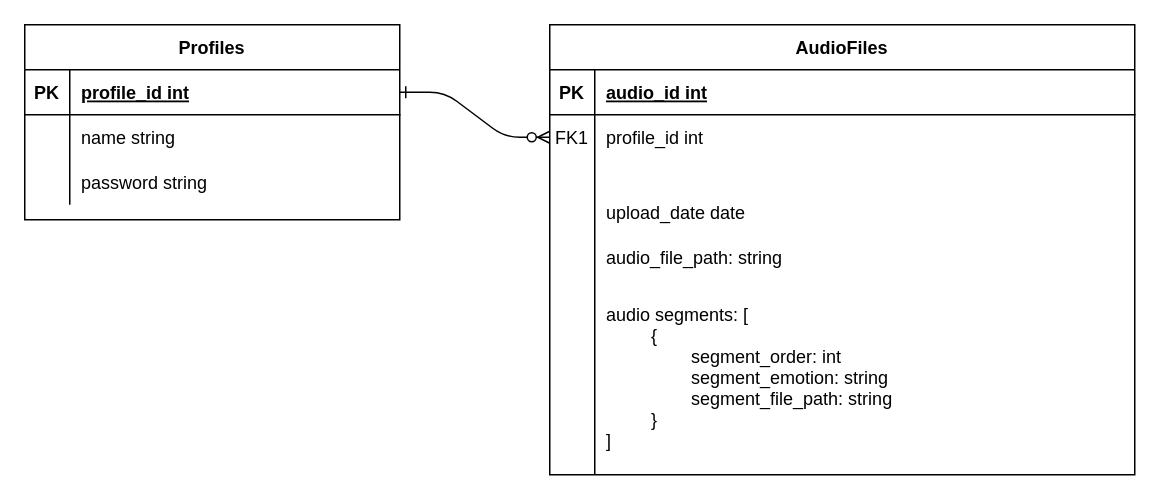
Above: MongoDB Entities.drawio in Defaultse/SERS (draw.io), before the change. Source tidied: cells renumbered, new cells numbered last; positions are measured from the earlier drawing's top-left corner, leaving out a move shared by most shapes. Both pictures are drawn from the tidied source at 150%, with x=0, y=0 at pixel (24, 24).
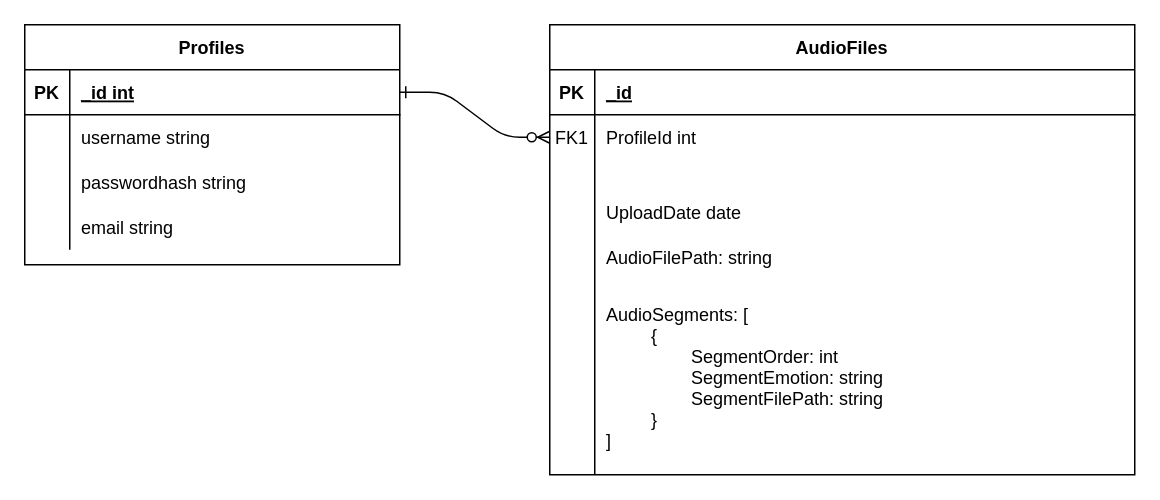
The same page after the edit.

Unchanged cells that the change refers to:
```xml
<mxCell id="4" style="shape=partialRectangle;fillColor=none;top=0;left=0;right=0;bottom=1;" parent="3" vertex="1">
  <mxGeometry y="30" width="390" height="30" as="geometry" />
</mxCell>
<mxCell id="7" style="shape=partialRectangle;fillColor=none;points=[[0,0.5],[1,0.5]];portConstraint=eastwest;top=0;left=0;right=0;bottom=0;" parent="3" vertex="1">
  <mxGeometry y="60" width="390" height="30" as="geometry" />
</mxCell>
<mxCell id="13" style="shape=partialRectangle;fillColor=none;top=0;left=0;right=0;bottom=0;" parent="3" vertex="1">
  <mxGeometry y="110" width="390" height="30" as="geometry" />
</mxCell>
<mxCell id="16" style="shape=partialRectangle;fillColor=none;top=0;left=0;right=0;bottom=0;" parent="3" vertex="1">
  <mxGeometry y="140" width="390" height="30" as="geometry" />
</mxCell>
<mxCell id="19" style="shape=partialRectangle;fillColor=none;top=0;left=0;right=0;bottom=0;" parent="3" vertex="1">
  <mxGeometry y="170" width="390" height="130" as="geometry" />
</mxCell>
<mxCell id="23" style="shape=partialRectangle;fillColor=none;points=[[0,0.5],[1,0.5]];portConstraint=eastwest;top=0;left=0;right=0;bottom=1;" parent="22" vertex="1">
  <mxGeometry y="30" width="250" height="30" as="geometry" />
</mxCell>
<mxCell id="26" style="shape=partialRectangle;fillColor=none;top=0;left=0;right=0;bottom=0;" parent="22" vertex="1">
  <mxGeometry y="60" width="250" height="30" as="geometry" />
</mxCell>
<mxCell id="29" style="shape=partialRectangle;fillColor=none;top=0;left=0;right=0;bottom=0;" parent="22" vertex="1">
  <mxGeometry y="90" width="250" height="30" as="geometry" />
</mxCell>
```

What changed in the source:
```diff
@@
-    <mxCell id="6" value="audio_id int" style="shape=partialRectangle;overflow=hidden;fillColor=none;top=0;left=0;bottom=0;right=0;align=left;spacingLeft=6;fontStyle=5;" parent="4" vertex="1">
+    <mxCell id="6" value="_id" style="shape=partialRectangle;overflow=hidden;fillColor=none;top=0;left=0;bottom=0;right=0;align=left;spacingLeft=6;fontStyle=5;" parent="4" vertex="1">
       <mxGeometry x="30" width="360" height="30" as="geometry" />
     </mxCell>
@@
-    <mxCell id="9" value="profile_id int " style="shape=partialRectangle;overflow=hidden;fillColor=none;top=0;left=0;bottom=0;right=0;align=left;spacingLeft=6;" parent="7" vertex="1">
+    <mxCell id="9" value="ProfileId int " style="shape=partialRectangle;overflow=hidden;fillColor=none;top=0;left=0;bottom=0;right=0;align=left;spacingLeft=6;" parent="7" vertex="1">
       <mxGeometry x="30" width="360" height="30" as="geometry" />
     </mxCell>
@@
-    <mxCell id="15" value="upload_date date" style="shape=partialRectangle;overflow=hidden;fillColor=none;top=0;left=0;bottom=0;right=0;align=left;spacingLeft=6;" parent="13" vertex="1">
+    <mxCell id="15" value="UploadDate date" style="shape=partialRectangle;overflow=hidden;fillColor=none;top=0;left=0;bottom=0;right=0;align=left;spacingLeft=6;" parent="13" vertex="1">
       <mxGeometry x="30" width="360" height="30" as="geometry" />
     </mxCell>
@@
-    <mxCell id="18" value="audio_file_path: string" style="shape=partialRectangle;overflow=hidden;fillColor=none;top=0;left=0;bottom=0;right=0;align=left;spacingLeft=6;" parent="16" vertex="1">
+    <mxCell id="18" value="AudioFilePath: string" style="shape=partialRectangle;overflow=hidden;fillColor=none;top=0;left=0;bottom=0;right=0;align=left;spacingLeft=6;" parent="16" vertex="1">
       <mxGeometry x="30" width="360" height="30" as="geometry" />
     </mxCell>
@@
-    <mxCell id="21" value="&#10;audio segments: [&#10;         { &#10;                 segment_order: int&#10;                 segment_emotion: string&#10;                 segment_file_path: string&#10;         }&#10;]&#10;" style="shape=partialRectangle;overflow=hidden;fillColor=none;top=0;left=0;bottom=0;right=0;align=left;spacingLeft=6;" parent="19" vertex="1">
+    <mxCell id="21" value="&#10;AudioSegments: [&#10;         { &#10;                 SegmentOrder: int&#10;                 SegmentEmotion: string&#10;                 SegmentFilePath: string&#10;         }&#10;]&#10;" style="shape=partialRectangle;overflow=hidden;fillColor=none;top=0;left=0;bottom=0;right=0;align=left;spacingLeft=6;" parent="19" vertex="1">
       <mxGeometry x="30" width="360" height="130" as="geometry" />
     </mxCell>
     <mxCell id="22" value="Profiles" style="shape=table;startSize=30;childLayout=tableLayout;rowLines=0;fontStyle=1;align=center;" parent="1" vertex="1">
-      <mxGeometry width="250" height="130" as="geometry" />
+      <mxGeometry width="250" height="160" as="geometry" />
     </mxCell>
@@
-    <mxCell id="25" value="profile_id int" style="shape=partialRectangle;overflow=hidden;fillColor=none;top=0;left=0;bottom=0;right=0;align=left;spacingLeft=6;fontStyle=5;" parent="23" vertex="1">
+    <mxCell id="25" value="_id int" style="shape=partialRectangle;overflow=hidden;fillColor=none;top=0;left=0;bottom=0;right=0;align=left;spacingLeft=6;fontStyle=5;" parent="23" vertex="1">
       <mxGeometry x="30" width="220" height="30" as="geometry" />
     </mxCell>
@@
-    <mxCell id="28" value="name string" style="shape=partialRectangle;overflow=hidden;fillColor=none;top=0;left=0;bottom=0;right=0;align=left;spacingLeft=6;" parent="26" vertex="1">
+    <mxCell id="28" value="username string" style="shape=partialRectangle;overflow=hidden;fillColor=none;top=0;left=0;bottom=0;right=0;align=left;spacingLeft=6;" parent="26" vertex="1">
       <mxGeometry x="30" width="220" height="30" as="geometry" />
     </mxCell>
@@
-    <mxCell id="31" value="password string" style="shape=partialRectangle;overflow=hidden;fillColor=none;top=0;left=0;bottom=0;right=0;align=left;spacingLeft=6;" parent="29" vertex="1">
+    <mxCell id="31" value="passwordhash string" style="shape=partialRectangle;overflow=hidden;fillColor=none;top=0;left=0;bottom=0;right=0;align=left;spacingLeft=6;" parent="29" vertex="1">
       <mxGeometry x="30" width="220" height="30" as="geometry" />
     </mxCell>
+    <mxCell id="32" style="shape=partialRectangle;fillColor=none;top=0;left=0;right=0;bottom=0;" parent="22" vertex="1">
+      <mxGeometry y="120" width="250" height="30" as="geometry" />
+    </mxCell>
+    <mxCell id="33" style="shape=partialRectangle;overflow=hidden;fillColor=none;top=0;left=0;bottom=0;right=0;" parent="32" vertex="1">
+      <mxGeometry width="30" height="30" as="geometry" />
+    </mxCell>
+    <mxCell id="34" value="email string" style="shape=partialRectangle;overflow=hidden;fillColor=none;top=0;left=0;bottom=0;right=0;align=left;spacingLeft=6;" parent="32" vertex="1">
+      <mxGeometry x="30" width="220" height="30" as="geometry" />
+    </mxCell>
```
